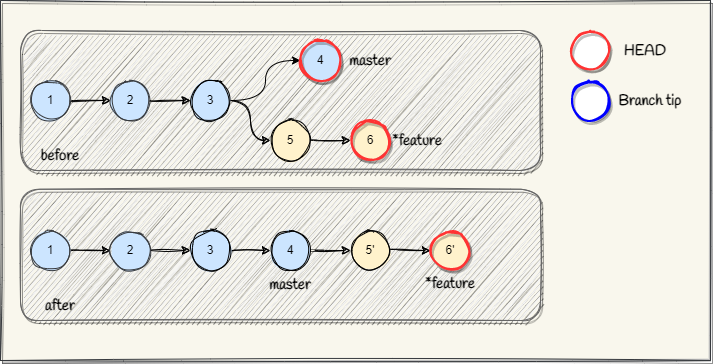
Before: Assets/images/git-merge-rebase.png, a diagram exported from draw.io (braboj/tutorial-git). Source tidied: cells renumbered, new cells last; positions are measured from the earlier drawing's top-left corner, leaving out a move shared by most shapes.
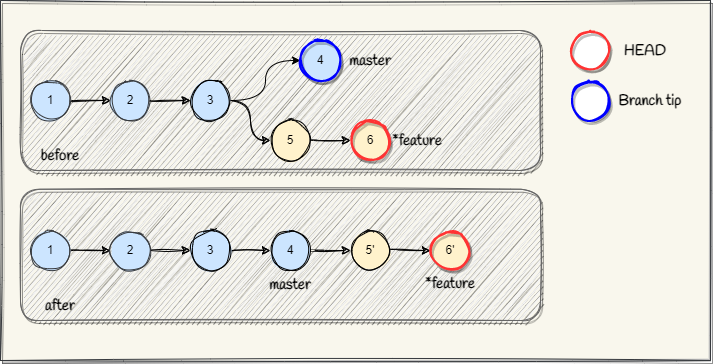
Later version of the same file.

Diff of the diagram source:
```diff
@@ -50,7 +50,7 @@
     <mxCell id="17" value="before" style="text;html=1;strokeColor=none;fillColor=none;align=center;verticalAlign=middle;whiteSpace=wrap;rounded=0;sketch=1;fillStyle=solid;fontFamily=Handlee;fontStyle=1;fontSize=15;fontSource=https%3A%2F%2Ffonts.googleapis.com%2Fcss%3Ffamily%3DHandlee;" parent="1" vertex="1">
       <mxGeometry x="30" y="140" width="60" height="30" as="geometry" />
     </mxCell>
-    <mxCell id="18" value="4" style="ellipse;whiteSpace=wrap;html=1;sketch=1;rounded=0;fillColor=#cce5ff;strokeColor=#FF3333;fillStyle=solid;strokeWidth=2;shadow=1;" parent="1" vertex="1">
+    <mxCell id="18" value="4" style="ellipse;whiteSpace=wrap;html=1;sketch=1;rounded=0;fillColor=#cce5ff;strokeColor=#0000FF;fillStyle=solid;strokeWidth=2;shadow=1;" parent="1" vertex="1">
       <mxGeometry x="300" y="40" width="40" height="40" as="geometry" />
     </mxCell>
     <mxCell id="19" style="edgeStyle=orthogonalEdgeStyle;rounded=0;jettySize=auto;html=1;entryX=0;entryY=0.5;entryDx=0;entryDy=0;sketch=1;curved=1;" parent="1" edge="1" source="20" target="22">
```
